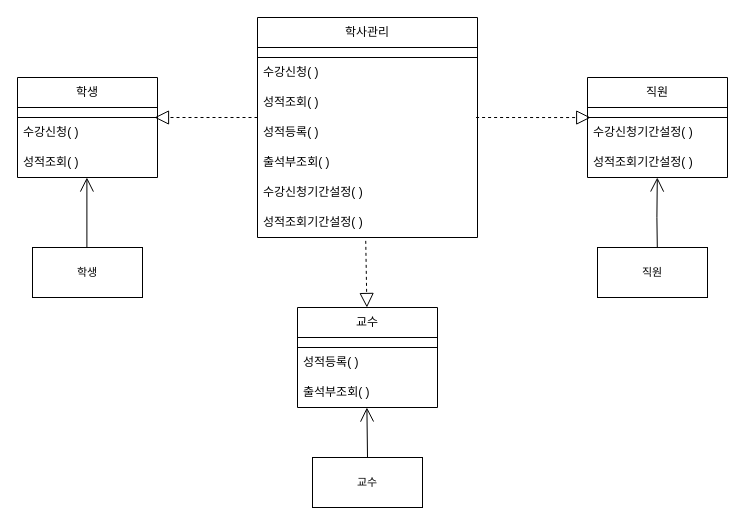
Before: 제목 없는 다이어그램.drawio in smj1746/user, a draw.io diagram. Source tidied: cells renumbered, new cells numbered last; positions are measured from the earlier drawing's top-left corner, leaving out a move shared by most shapes. Both pictures are drawn from the tidied source at 100%, with x=0, y=0 at pixel (17, 17).
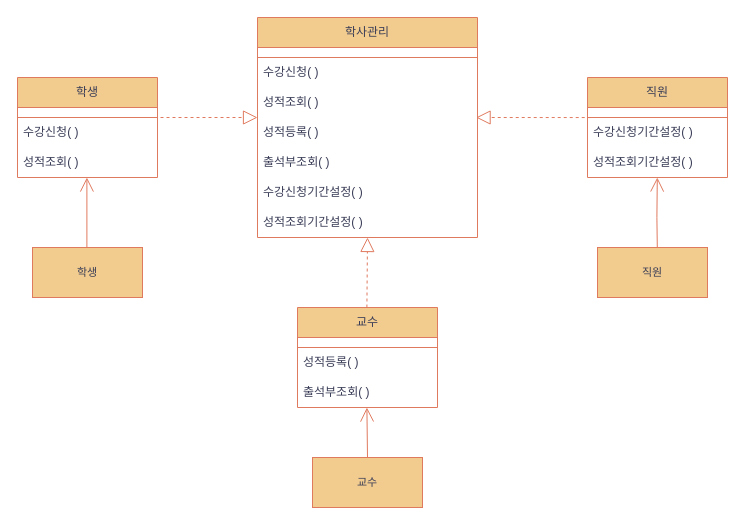
The same page after the edit.

Commit message:
제목 없는 다이어그램.drawio 업데이트

What changed in the source:
```diff
@@
-    <mxCell id="2" value="학사관리" style="swimlane;fontStyle=0;horizontal=1;startSize=30;whiteSpace=wrap;html=1;" parent="1" vertex="1">
+    <mxCell id="2" value="학사관리" style="swimlane;fontStyle=0;horizontal=1;startSize=30;whiteSpace=wrap;html=1;labelBackgroundColor=none;fillColor=#F2CC8F;strokeColor=#E07A5F;fontColor=#393C56;" parent="1" vertex="1">
       <mxGeometry x="240" width="220" height="220" as="geometry" />
     </mxCell>
-    <mxCell id="3" style="shape=partialRectangle;whiteSpace=wrap;html=1;left=0;right=0;fillColor=none;" parent="2" vertex="1">
+    <mxCell id="3" style="shape=partialRectangle;whiteSpace=wrap;html=1;left=0;right=0;fillColor=none;labelBackgroundColor=none;strokeColor=#E07A5F;fontColor=#393C56;" parent="2" vertex="1">
       <mxGeometry y="30" width="220" height="10" as="geometry" />
     </mxCell>
-    <mxCell id="4" value="수강신청( )" style="text;strokeColor=none;fillColor=none;align=left;verticalAlign=middle;spacingLeft=4;spacingRight=4;overflow=hidden;whiteSpace=wrap;html=1;" parent="2" vertex="1">
+    <mxCell id="4" value="수강신청( )" style="text;strokeColor=none;fillColor=none;align=left;verticalAlign=middle;spacingLeft=4;spacingRight=4;overflow=hidden;whiteSpace=wrap;html=1;labelBackgroundColor=none;fontColor=#393C56;" parent="2" vertex="1">
       <mxGeometry y="40" width="220" height="30" as="geometry" />
     </mxCell>
-    <mxCell id="5" value="성적조회( )" style="text;strokeColor=none;fillColor=none;align=left;verticalAlign=middle;spacingLeft=4;spacingRight=4;overflow=hidden;whiteSpace=wrap;html=1;" parent="2" vertex="1">
+    <mxCell id="5" value="성적조회( )" style="text;strokeColor=none;fillColor=none;align=left;verticalAlign=middle;spacingLeft=4;spacingRight=4;overflow=hidden;whiteSpace=wrap;html=1;labelBackgroundColor=none;fontColor=#393C56;" parent="2" vertex="1">
       <mxGeometry y="70" width="220" height="30" as="geometry" />
     </mxCell>
-    <mxCell id="6" style="endArrow=block;dashed=1;endFill=0;endSize=12;html=1;rounded=0;strokeColor=default;align=center;verticalAlign=middle;fontFamily=Helvetica;fontSize=11;fontColor=default;labelBackgroundColor=default;exitX=0.492;exitY=1.112;exitDx=0;exitDy=0;exitPerimeter=0;" parent="2" edge="1">
+    <mxCell id="6" style="endArrow=block;dashed=1;endFill=0;endSize=12;html=1;rounded=0;strokeColor=#E07A5F;align=center;verticalAlign=middle;fontFamily=Helvetica;fontSize=11;fontColor=default;labelBackgroundColor=none;exitX=0.492;exitY=1.112;exitDx=0;exitDy=0;exitPerimeter=0;" parent="2" edge="1">
       <mxGeometry relative="1" as="geometry">
-        <mxPoint y="100" as="sourcePoint" />
-        <mxPoint x="-103" y="100" as="targetPoint" />
+        <mxPoint x="-103" y="100" as="sourcePoint" />
+        <mxPoint y="100" as="targetPoint" />
       </mxGeometry>
     </mxCell>
-    <mxCell id="7" value="성적등록( )" style="text;strokeColor=none;fillColor=none;align=left;verticalAlign=middle;spacingLeft=4;spacingRight=4;overflow=hidden;whiteSpace=wrap;html=1;" parent="2" vertex="1">
+    <mxCell id="7" value="성적등록( )" style="text;strokeColor=none;fillColor=none;align=left;verticalAlign=middle;spacingLeft=4;spacingRight=4;overflow=hidden;whiteSpace=wrap;html=1;labelBackgroundColor=none;fontColor=#393C56;" parent="2" vertex="1">
       <mxGeometry y="100" width="220" height="30" as="geometry" />
     </mxCell>
-    <mxCell id="8" style="endArrow=block;dashed=1;endFill=0;endSize=12;html=1;rounded=0;strokeColor=default;align=center;verticalAlign=middle;fontFamily=Helvetica;fontSize=11;fontColor=default;labelBackgroundColor=default;exitX=0.492;exitY=1.112;exitDx=0;exitDy=0;exitPerimeter=0;entryX=0.023;entryY=0.002;entryDx=0;entryDy=0;entryPerimeter=0;" parent="2" edge="1" target="18">
-      <mxGeometry relative="1" as="geometry">
-        <mxPoint x="218.6" y="100" as="sourcePoint" />
-      </mxGeometry>
-    </mxCell>
-    <mxCell id="9" value="출석부조회( )" style="text;strokeColor=none;fillColor=none;align=left;verticalAlign=middle;spacingLeft=4;spacingRight=4;overflow=hidden;whiteSpace=wrap;html=1;" parent="2" vertex="1">
+    <mxCell id="9" value="출석부조회( )" style="text;strokeColor=none;fillColor=none;align=left;verticalAlign=middle;spacingLeft=4;spacingRight=4;overflow=hidden;whiteSpace=wrap;html=1;labelBackgroundColor=none;fontColor=#393C56;" parent="2" vertex="1">
       <mxGeometry y="130" width="220" height="30" as="geometry" />
     </mxCell>
-    <mxCell id="10" value="수강신청기간설정( )" style="text;strokeColor=none;fillColor=none;align=left;verticalAlign=middle;spacingLeft=4;spacingRight=4;overflow=hidden;whiteSpace=wrap;html=1;" parent="2" vertex="1">
+    <mxCell id="10" value="수강신청기간설정( )" style="text;strokeColor=none;fillColor=none;align=left;verticalAlign=middle;spacingLeft=4;spacingRight=4;overflow=hidden;whiteSpace=wrap;html=1;labelBackgroundColor=none;fontColor=#393C56;" parent="2" vertex="1">
       <mxGeometry y="160" width="220" height="30" as="geometry" />
     </mxCell>
-    <mxCell id="11" value="성적조회기간설정( )" style="text;strokeColor=none;fillColor=none;align=left;verticalAlign=middle;spacingLeft=4;spacingRight=4;overflow=hidden;points=[[0,0.5],[1,0.5]];portConstraint=eastwest;whiteSpace=wrap;html=1;" parent="2" vertex="1">
+    <mxCell id="11" value="성적조회기간설정( )" style="text;strokeColor=none;fillColor=none;align=left;verticalAlign=middle;spacingLeft=4;spacingRight=4;overflow=hidden;points=[[0,0.5],[1,0.5]];portConstraint=eastwest;whiteSpace=wrap;html=1;labelBackgroundColor=none;fontColor=#393C56;" parent="2" vertex="1">
       <mxGeometry y="190" width="220" height="30" as="geometry" />
     </mxCell>
-    <mxCell id="12" value="학생" style="swimlane;fontStyle=0;horizontal=1;startSize=30;whiteSpace=wrap;html=1;" parent="1" vertex="1">
+    <mxCell id="12" value="학생" style="swimlane;fontStyle=0;horizontal=1;startSize=30;whiteSpace=wrap;html=1;labelBackgroundColor=none;fillColor=#F2CC8F;strokeColor=#E07A5F;fontColor=#393C56;" parent="1" vertex="1">
       <mxGeometry y="60" width="140" height="100" as="geometry" />
     </mxCell>
-    <mxCell id="13" style="shape=partialRectangle;whiteSpace=wrap;html=1;left=0;right=0;fillColor=none;" parent="12" vertex="1">
+    <mxCell id="13" style="shape=partialRectangle;whiteSpace=wrap;html=1;left=0;right=0;fillColor=none;labelBackgroundColor=none;strokeColor=#E07A5F;fontColor=#393C56;" parent="12" vertex="1">
       <mxGeometry y="30" width="140" height="10" as="geometry" />
     </mxCell>
-    <mxCell id="14" value="수강신청( )" style="text;strokeColor=none;fillColor=none;align=left;verticalAlign=middle;spacingLeft=4;spacingRight=4;overflow=hidden;whiteSpace=wrap;html=1;" parent="12" vertex="1">
+    <mxCell id="14" value="수강신청( )" style="text;strokeColor=none;fillColor=none;align=left;verticalAlign=middle;spacingLeft=4;spacingRight=4;overflow=hidden;whiteSpace=wrap;html=1;labelBackgroundColor=none;fontColor=#393C56;" parent="12" vertex="1">
       <mxGeometry y="40" width="140" height="30" as="geometry" />
     </mxCell>
-    <mxCell id="15" value="성적조회( )" style="text;strokeColor=none;fillColor=none;align=left;verticalAlign=middle;spacingLeft=4;spacingRight=4;overflow=hidden;whiteSpace=wrap;html=1;" parent="12" vertex="1">
+    <mxCell id="15" value="성적조회( )" style="text;strokeColor=none;fillColor=none;align=left;verticalAlign=middle;spacingLeft=4;spacingRight=4;overflow=hidden;whiteSpace=wrap;html=1;labelBackgroundColor=none;fontColor=#393C56;" parent="12" vertex="1">
       <mxGeometry y="70" width="140" height="30" as="geometry" />
     </mxCell>
-    <mxCell id="16" value="직원" style="swimlane;fontStyle=0;horizontal=1;startSize=30;whiteSpace=wrap;html=1;" parent="1" vertex="1">
+    <mxCell id="16" value="직원" style="swimlane;fontStyle=0;horizontal=1;startSize=30;whiteSpace=wrap;html=1;labelBackgroundColor=none;fillColor=#F2CC8F;strokeColor=#E07A5F;fontColor=#393C56;" parent="1" vertex="1">
       <mxGeometry x="570" y="60" width="140" height="100" as="geometry" />
     </mxCell>
-    <mxCell id="17" style="shape=partialRectangle;whiteSpace=wrap;html=1;left=0;right=0;fillColor=none;" parent="16" vertex="1">
+    <mxCell id="17" style="shape=partialRectangle;whiteSpace=wrap;html=1;left=0;right=0;fillColor=none;labelBackgroundColor=none;strokeColor=#E07A5F;fontColor=#393C56;" parent="16" vertex="1">
       <mxGeometry y="30" width="140" height="10" as="geometry" />
     </mxCell>
-    <mxCell id="18" value="수강신청기간설정( )" style="text;strokeColor=none;fillColor=none;align=left;verticalAlign=middle;spacingLeft=4;spacingRight=4;overflow=hidden;points=[[0,0.5],[1,0.5]];portConstraint=eastwest;whiteSpace=wrap;html=1;" parent="16" vertex="1">
+    <mxCell id="18" value="수강신청기간설정( )" style="text;strokeColor=none;fillColor=none;align=left;verticalAlign=middle;spacingLeft=4;spacingRight=4;overflow=hidden;points=[[0,0.5],[1,0.5]];portConstraint=eastwest;whiteSpace=wrap;html=1;labelBackgroundColor=none;fontColor=#393C56;" parent="16" vertex="1">
       <mxGeometry y="40" width="140" height="30" as="geometry" />
     </mxCell>
-    <mxCell id="19" value="성적조회기간설정( )" style="text;strokeColor=none;fillColor=none;align=left;verticalAlign=middle;spacingLeft=4;spacingRight=4;overflow=hidden;whiteSpace=wrap;html=1;" parent="16" vertex="1">
+    <mxCell id="19" value="성적조회기간설정( )" style="text;strokeColor=none;fillColor=none;align=left;verticalAlign=middle;spacingLeft=4;spacingRight=4;overflow=hidden;whiteSpace=wrap;html=1;labelBackgroundColor=none;fontColor=#393C56;" parent="16" vertex="1">
       <mxGeometry y="70" width="140" height="30" as="geometry" />
     </mxCell>
+    <mxCell id="8" style="endArrow=block;dashed=1;endFill=0;endSize=12;html=1;rounded=0;strokeColor=#E07A5F;align=center;verticalAlign=middle;fontFamily=Helvetica;fontSize=11;fontColor=default;labelBackgroundColor=none;exitX=0.023;exitY=0.002;exitDx=0;exitDy=0;exitPerimeter=0;entryX=0.023;entryY=0.002;entryDx=0;entryDy=0;entryPerimeter=0;" parent="16" edge="1" source="18">
+      <mxGeometry relative="1" as="geometry">
+        <mxPoint x="-111.4" y="40" as="targetPoint" />
+      </mxGeometry>
+    </mxCell>
-    <mxCell id="20" value="교수" style="swimlane;fontStyle=0;horizontal=1;startSize=30;whiteSpace=wrap;html=1;" parent="1" vertex="1">
+    <mxCell id="20" value="교수" style="swimlane;fontStyle=0;horizontal=1;startSize=30;whiteSpace=wrap;html=1;labelBackgroundColor=none;fillColor=#F2CC8F;strokeColor=#E07A5F;fontColor=#393C56;" parent="1" vertex="1">
       <mxGeometry x="280" y="290" width="140" height="100" as="geometry" />
     </mxCell>
-    <mxCell id="21" style="shape=partialRectangle;whiteSpace=wrap;html=1;left=0;right=0;fillColor=none;" parent="20" vertex="1">
+    <mxCell id="21" style="shape=partialRectangle;whiteSpace=wrap;html=1;left=0;right=0;fillColor=none;labelBackgroundColor=none;strokeColor=#E07A5F;fontColor=#393C56;" parent="20" vertex="1">
       <mxGeometry y="30" width="140" height="10" as="geometry" />
     </mxCell>
-    <mxCell id="22" value="성적등록( )" style="text;strokeColor=none;fillColor=none;align=left;verticalAlign=middle;spacingLeft=4;spacingRight=4;overflow=hidden;whiteSpace=wrap;html=1;" parent="20" vertex="1">
+    <mxCell id="22" value="성적등록( )" style="text;strokeColor=none;fillColor=none;align=left;verticalAlign=middle;spacingLeft=4;spacingRight=4;overflow=hidden;whiteSpace=wrap;html=1;labelBackgroundColor=none;fontColor=#393C56;" parent="20" vertex="1">
       <mxGeometry y="40" width="140" height="30" as="geometry" />
     </mxCell>
-    <mxCell id="23" value="출석부조회( )" style="text;strokeColor=none;fillColor=none;align=left;verticalAlign=middle;spacingLeft=4;spacingRight=4;overflow=hidden;whiteSpace=wrap;html=1;" parent="20" vertex="1">
+    <mxCell id="23" value="출석부조회( )" style="text;strokeColor=none;fillColor=none;align=left;verticalAlign=middle;spacingLeft=4;spacingRight=4;overflow=hidden;whiteSpace=wrap;html=1;labelBackgroundColor=none;fontColor=#393C56;" parent="20" vertex="1">
       <mxGeometry y="70" width="140" height="30" as="geometry" />
     </mxCell>
-    <mxCell id="24" style="endArrow=block;dashed=1;endFill=0;endSize=12;html=1;rounded=0;strokeColor=default;align=center;verticalAlign=middle;fontFamily=Helvetica;fontSize=11;fontColor=default;labelBackgroundColor=default;exitX=0.492;exitY=1.112;exitDx=0;exitDy=0;exitPerimeter=0;" parent="1" edge="1" source="11">
+    <mxCell id="24" style="endArrow=block;dashed=1;endFill=0;endSize=12;html=1;rounded=0;align=center;verticalAlign=middle;fontFamily=Helvetica;fontSize=11;fontColor=default;labelBackgroundColor=none;exitX=0.492;exitY=1.112;exitDx=0;exitDy=0;exitPerimeter=0;strokeColor=#E07A5F;" parent="1" edge="1">
       <mxGeometry relative="1" as="geometry">
-        <mxPoint x="349.4" y="290" as="targetPoint" />
+        <mxPoint x="349.4" y="290" as="sourcePoint" />
+        <mxPoint x="350" y="220" as="targetPoint" />
       </mxGeometry>
     </mxCell>
-    <mxCell id="25" style="endArrow=open;endFill=1;endSize=12;html=1;rounded=0;strokeColor=default;align=center;verticalAlign=middle;fontFamily=Helvetica;fontSize=11;fontColor=default;labelBackgroundColor=default;" parent="1" edge="1">
+    <mxCell id="25" style="endArrow=open;endFill=1;endSize=12;html=1;rounded=0;strokeColor=#E07A5F;align=center;verticalAlign=middle;fontFamily=Helvetica;fontSize=11;fontColor=default;labelBackgroundColor=none;" parent="1" edge="1">
       <mxGeometry relative="1" as="geometry">
         <mxPoint x="69.4" y="230" as="sourcePoint" />
         <mxPoint x="69.4" y="160" as="targetPoint" />
       </mxGeometry>
     </mxCell>
-    <mxCell id="26" style="endArrow=open;endFill=1;endSize=12;html=1;rounded=0;strokeColor=default;align=center;verticalAlign=middle;fontFamily=Helvetica;fontSize=11;fontColor=default;labelBackgroundColor=default;" parent="1" edge="1">
+    <mxCell id="26" style="endArrow=open;endFill=1;endSize=12;html=1;rounded=0;strokeColor=#E07A5F;align=center;verticalAlign=middle;fontFamily=Helvetica;fontSize=11;fontColor=default;labelBackgroundColor=none;" parent="1" edge="1">
       <mxGeometry relative="1" as="geometry">
         <mxPoint x="639.8" y="230" as="sourcePoint" />
         <mxPoint x="639.8" y="160" as="targetPoint" />
         <Array as="points">
           <mxPoint x="639.4" y="200" />
         </Array>
       </mxGeometry>
     </mxCell>
-    <mxCell id="27" style="endArrow=open;endFill=1;endSize=12;html=1;rounded=0;strokeColor=default;align=center;verticalAlign=middle;fontFamily=Helvetica;fontSize=11;fontColor=default;labelBackgroundColor=default;" parent="1" edge="1">
+    <mxCell id="27" style="endArrow=open;endFill=1;endSize=12;html=1;rounded=0;strokeColor=#E07A5F;align=center;verticalAlign=middle;fontFamily=Helvetica;fontSize=11;fontColor=default;labelBackgroundColor=none;" parent="1" edge="1">
       <mxGeometry relative="1" as="geometry">
         <mxPoint x="350" y="440" as="sourcePoint" />
         <mxPoint x="349.4" y="390" as="targetPoint" />
       </mxGeometry>
     </mxCell>
-    <mxCell id="28" value="학생" style="html=1;whiteSpace=wrap;fontFamily=Helvetica;fontSize=11;fontColor=default;labelBackgroundColor=default;" parent="1" vertex="1">
+    <mxCell id="28" value="학생" style="html=1;whiteSpace=wrap;fontFamily=Helvetica;fontSize=11;fontColor=#393C56;labelBackgroundColor=none;fillColor=#F2CC8F;strokeColor=#E07A5F;" parent="1" vertex="1">
       <mxGeometry x="15" y="230" width="110" height="50" as="geometry" />
     </mxCell>
-    <mxCell id="29" value="직원" style="html=1;whiteSpace=wrap;fontFamily=Helvetica;fontSize=11;fontColor=default;labelBackgroundColor=default;" parent="1" vertex="1">
+    <mxCell id="29" value="직원" style="html=1;whiteSpace=wrap;fontFamily=Helvetica;fontSize=11;fontColor=#393C56;labelBackgroundColor=none;fillColor=#F2CC8F;strokeColor=#E07A5F;" parent="1" vertex="1">
       <mxGeometry x="580" y="230" width="110" height="50" as="geometry" />
     </mxCell>
-    <mxCell id="30" value="교수" style="html=1;whiteSpace=wrap;fontFamily=Helvetica;fontSize=11;fontColor=default;labelBackgroundColor=default;" parent="1" vertex="1">
+    <mxCell id="30" value="교수" style="html=1;whiteSpace=wrap;fontFamily=Helvetica;fontSize=11;fontColor=#393C56;labelBackgroundColor=none;fillColor=#F2CC8F;strokeColor=#E07A5F;" parent="1" vertex="1">
       <mxGeometry x="295" y="440" width="110" height="50" as="geometry" />
     </mxCell>
```
